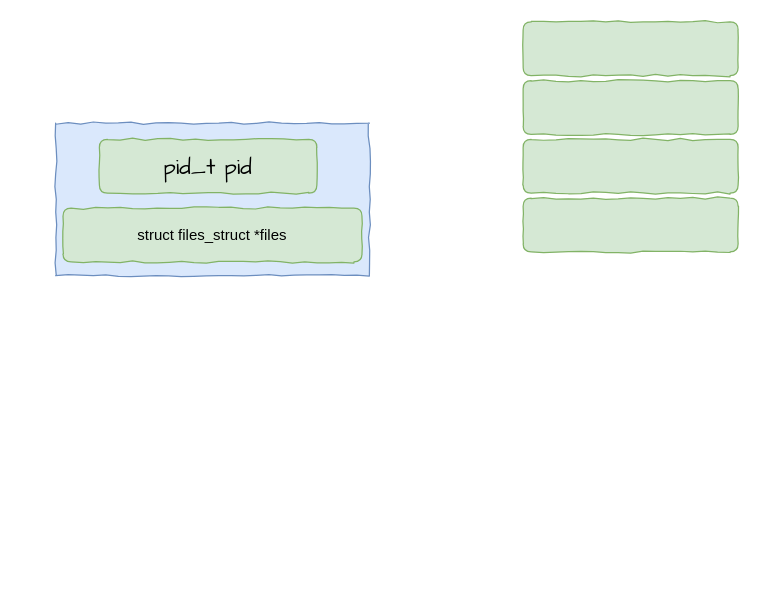
Above: Untitled Diagram.drawio in xiaoyuwyj/ife2015 (draw.io), before the change. Source tidied: cells renumbered, new cells numbered last; positions are measured from the earlier drawing's top-left corner, leaving out a move shared by most shapes. Both pictures are drawn from the tidied source at 125%, with x=0, y=0 at pixel (55, 21).
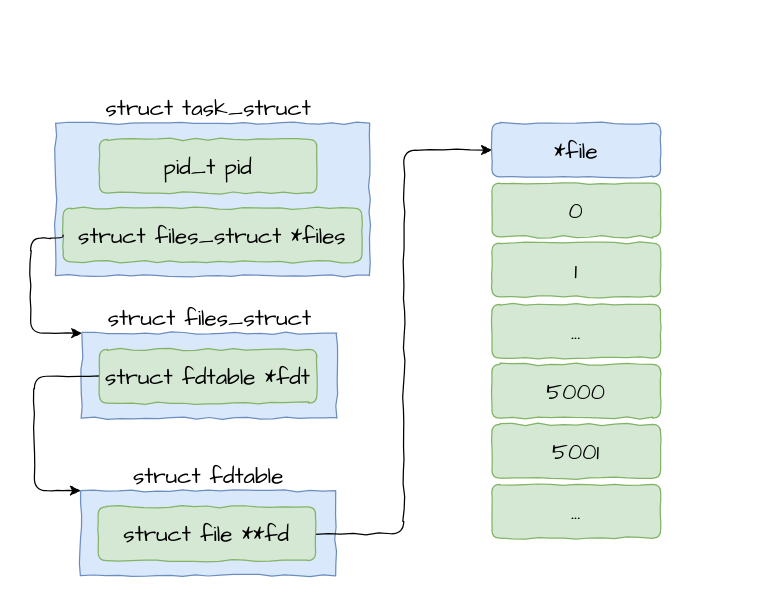
The same diagram, later.

The edit, as a diff of the source:
```diff
@@
-    <mxCell id="2" style="rounded=1;whiteSpace=wrap;html=1;fillColor=#d5e8d4;strokeColor=#82b366;sketch=1;fillStyle=solid;sketchStyle=comic;" parent="1" vertex="1">
-      <mxGeometry x="374" width="172" height="43" as="geometry" />
-    </mxCell>
-    <mxCell id="3" style="rounded=1;whiteSpace=wrap;html=1;fillColor=#d5e8d4;strokeColor=#82b366;sketch=1;fillStyle=solid;sketchStyle=comic;" parent="1" vertex="1">
-      <mxGeometry x="374" y="47" width="172" height="43" as="geometry" />
+    <mxCell id="3" value="*file" style="whiteSpace=wrap;html=1;fillColor=#dae8fc;strokeColor=#6c8ebf;fillStyle=solid;sketchStyle=comic;rounded=1;comic=1;fontFamily=Comic Sans MS;fontSize=18;" parent="1" vertex="1">
+      <mxGeometry x="349" y="81" width="135" height="43" as="geometry" />
     </mxCell>
-    <mxCell id="4" style="rounded=1;whiteSpace=wrap;html=1;fillColor=#d5e8d4;strokeColor=#82b366;sketch=1;fillStyle=solid;sketchStyle=comic;" parent="1" vertex="1">
-      <mxGeometry x="374" y="94" width="172" height="43" as="geometry" />
-    </mxCell>
-    <mxCell id="5" style="rounded=1;whiteSpace=wrap;html=1;fillColor=#d5e8d4;strokeColor=#82b366;sketch=1;fillStyle=solid;sketchStyle=comic;" parent="1" vertex="1">
-      <mxGeometry x="374" y="141" width="172" height="43" as="geometry" />
-    </mxCell>
-    <mxCell id="6" style="rounded=0;whiteSpace=wrap;html=1;sketch=1;fillColor=#dae8fc;strokeColor=#6c8ebf;fillStyle=solid;sketchStyle=comic;" parent="1" vertex="1">
+    <mxCell id="6" style="whiteSpace=wrap;html=1;fillColor=#dae8fc;strokeColor=#6c8ebf;fillStyle=solid;sketchStyle=comic;rounded=0;comic=1;" parent="1" vertex="1">
       <mxGeometry y="81" width="251" height="122" as="geometry" />
     </mxCell>
-    <mxCell id="7" value="&lt;h2&gt;&lt;font face=&quot;Comic Sans MS&quot; style=&quot;font-weight: normal&quot;&gt;pid_t pid&lt;/font&gt;&lt;/h2&gt;" style="rounded=1;whiteSpace=wrap;html=1;fillColor=#d5e8d4;strokeColor=#82b366;sketch=1;fillStyle=solid;glass=0;shadow=0;sketchStyle=comic;" parent="1" vertex="1">
+    <mxCell id="7" value="&lt;h2&gt;&lt;font face=&quot;Comic Sans MS&quot; style=&quot;font-weight: normal&quot;&gt;pid_t pid&lt;/font&gt;&lt;/h2&gt;" style="whiteSpace=wrap;html=1;fillColor=#d5e8d4;strokeColor=#82b366;fillStyle=solid;glass=0;shadow=0;sketchStyle=comic;rounded=1;comic=1;" parent="1" vertex="1">
       <mxGeometry x="35" y="94" width="174" height="43" as="geometry" />
     </mxCell>
-    <mxCell id="8" value="struct files_struct *files" style="rounded=1;whiteSpace=wrap;html=1;fillColor=#d5e8d4;strokeColor=#82b366;sketch=1;fillStyle=solid;sketchStyle=comic;" parent="1" vertex="1">
+    <mxCell id="8" value="&lt;font face=&quot;Comic Sans MS&quot; style=&quot;font-size: 18px&quot;&gt;struct files_struct *files&lt;/font&gt;" style="whiteSpace=wrap;html=1;fillColor=#d5e8d4;strokeColor=#82b366;fillStyle=solid;sketchStyle=comic;rounded=1;comic=1;" parent="1" vertex="1">
       <mxGeometry x="5.9" y="149" width="239.2" height="43" as="geometry" />
     </mxCell>
+    <mxCell id="9" value="&lt;font face=&quot;Comic Sans MS&quot; style=&quot;font-size: 18px&quot;&gt;struct task_struct&lt;/font&gt;" style="text;html=1;align=center;verticalAlign=middle;strokeColor=none;rounded=1;comic=1;" parent="1" vertex="1">
+      <mxGeometry x="37.5" y="58" width="169" height="21" as="geometry" />
+    </mxCell>
+    <mxCell id="10" style="whiteSpace=wrap;html=1;fillColor=#dae8fc;strokeColor=#6c8ebf;fillStyle=solid;sketchStyle=comic;rounded=0;comic=1;" parent="1" vertex="1">
+      <mxGeometry x="21" y="249" width="204" height="68" as="geometry" />
+    </mxCell>
+    <mxCell id="11" style="edgeStyle=orthogonalEdgeStyle;rounded=1;jettySize=auto;html=1;exitX=0;exitY=0.5;exitDx=0;exitDy=0;entryX=0;entryY=0;entryDx=0;entryDy=0;comic=1;" parent="1" edge="1" source="12" target="14">
+      <mxGeometry relative="1" as="geometry">
+        <Array as="points">
+          <mxPoint x="-17" y="284" />
+          <mxPoint x="-17" y="375" />
+        </Array>
+      </mxGeometry>
+    </mxCell>
+    <mxCell id="12" value="&lt;h2&gt;&lt;font face=&quot;Comic Sans MS&quot; style=&quot;font-weight: normal&quot;&gt;struct fdtable *fdt&lt;/font&gt;&lt;/h2&gt;" style="whiteSpace=wrap;html=1;fillColor=#d5e8d4;strokeColor=#82b366;fillStyle=solid;glass=0;shadow=0;sketchStyle=comic;rounded=1;comic=1;" parent="1" vertex="1">
+      <mxGeometry x="35" y="262" width="174" height="43" as="geometry" />
+    </mxCell>
+    <mxCell id="13" value="&lt;font face=&quot;Comic Sans MS&quot; style=&quot;font-size: 18px&quot;&gt;struct files_struct&lt;/font&gt;" style="text;html=1;align=center;verticalAlign=middle;strokeColor=none;rounded=1;comic=1;" parent="1" vertex="1">
+      <mxGeometry x="37.5" y="226" width="170" height="21" as="geometry" />
+    </mxCell>
+    <mxCell id="14" style="whiteSpace=wrap;html=1;fillColor=#dae8fc;strokeColor=#6c8ebf;fillStyle=solid;sketchStyle=comic;rounded=0;comic=1;" parent="1" vertex="1">
+      <mxGeometry x="20" y="375" width="204" height="68" as="geometry" />
+    </mxCell>
+    <mxCell id="15" style="edgeStyle=orthogonalEdgeStyle;rounded=1;comic=1;jettySize=auto;html=1;exitX=1;exitY=0.5;exitDx=0;exitDy=0;entryX=0;entryY=0.5;entryDx=0;entryDy=0;fontFamily=Comic Sans MS;fontSize=18;" parent="1" edge="1" source="16" target="3">
+      <mxGeometry relative="1" as="geometry" />
+    </mxCell>
+    <mxCell id="16" value="&lt;h2&gt;&lt;font face=&quot;Comic Sans MS&quot; style=&quot;font-weight: normal&quot;&gt;struct file **fd&lt;/font&gt;&lt;/h2&gt;" style="whiteSpace=wrap;html=1;fillColor=#d5e8d4;strokeColor=#82b366;fillStyle=solid;glass=0;shadow=0;sketchStyle=comic;rounded=1;comic=1;" parent="1" vertex="1">
+      <mxGeometry x="34" y="388" width="174" height="43" as="geometry" />
+    </mxCell>
+    <mxCell id="17" value="&lt;font face=&quot;Comic Sans MS&quot; style=&quot;font-size: 18px&quot;&gt;struct fdtable&lt;/font&gt;" style="text;html=1;align=center;verticalAlign=middle;strokeColor=none;rounded=1;comic=1;" parent="1" vertex="1">
+      <mxGeometry x="56.5" y="352" width="131" height="21" as="geometry" />
+    </mxCell>
+    <mxCell id="18" style="edgeStyle=orthogonalEdgeStyle;jettySize=auto;html=1;entryX=0;entryY=0;entryDx=0;entryDy=0;exitX=0;exitY=0.5;exitDx=0;exitDy=0;comic=1;" parent="1" edge="1" source="8" target="10">
+      <mxGeometry relative="1" as="geometry">
+        <Array as="points">
+          <mxPoint x="6" y="173" />
+          <mxPoint x="-20" y="173" />
+          <mxPoint x="-20" y="249" />
+        </Array>
+      </mxGeometry>
+    </mxCell>
+    <mxCell id="19" value="0" style="whiteSpace=wrap;html=1;fillColor=#d5e8d4;strokeColor=#82b366;fillStyle=solid;sketchStyle=comic;rounded=1;comic=1;fontFamily=Comic Sans MS;fontSize=18;" parent="1" vertex="1">
+      <mxGeometry x="349" y="129" width="135" height="43" as="geometry" />
+    </mxCell>
+    <mxCell id="20" value="1" style="whiteSpace=wrap;html=1;fillColor=#d5e8d4;strokeColor=#82b366;fillStyle=solid;sketchStyle=comic;rounded=1;comic=1;fontFamily=Comic Sans MS;fontSize=18;" parent="1" vertex="1">
+      <mxGeometry x="349" y="177" width="135" height="43" as="geometry" />
+    </mxCell>
+    <mxCell id="21" value="5000" style="whiteSpace=wrap;html=1;fillColor=#d5e8d4;strokeColor=#82b366;fillStyle=solid;sketchStyle=comic;rounded=1;comic=1;fontFamily=Comic Sans MS;fontSize=18;" parent="1" vertex="1">
+      <mxGeometry x="349" y="274" width="135" height="43" as="geometry" />
+    </mxCell>
+    <mxCell id="22" value="..." style="whiteSpace=wrap;html=1;fillColor=#d5e8d4;strokeColor=#82b366;fillStyle=solid;sketchStyle=comic;rounded=1;comic=1;fontFamily=Comic Sans MS;fontSize=18;" parent="1" vertex="1">
+      <mxGeometry x="349" y="226" width="135" height="43" as="geometry" />
+    </mxCell>
+    <mxCell id="23" value="5001" style="whiteSpace=wrap;html=1;fillColor=#d5e8d4;strokeColor=#82b366;fillStyle=solid;sketchStyle=comic;rounded=1;comic=1;fontFamily=Comic Sans MS;fontSize=18;" parent="1" vertex="1">
+      <mxGeometry x="349" y="322" width="135" height="43" as="geometry" />
+    </mxCell>
+    <mxCell id="24" value="..." style="whiteSpace=wrap;html=1;fillColor=#d5e8d4;strokeColor=#82b366;fillStyle=solid;sketchStyle=comic;rounded=1;comic=1;fontFamily=Comic Sans MS;fontSize=18;" parent="1" vertex="1">
+      <mxGeometry x="349" y="370" width="135" height="43" as="geometry" />
+    </mxCell>
```
